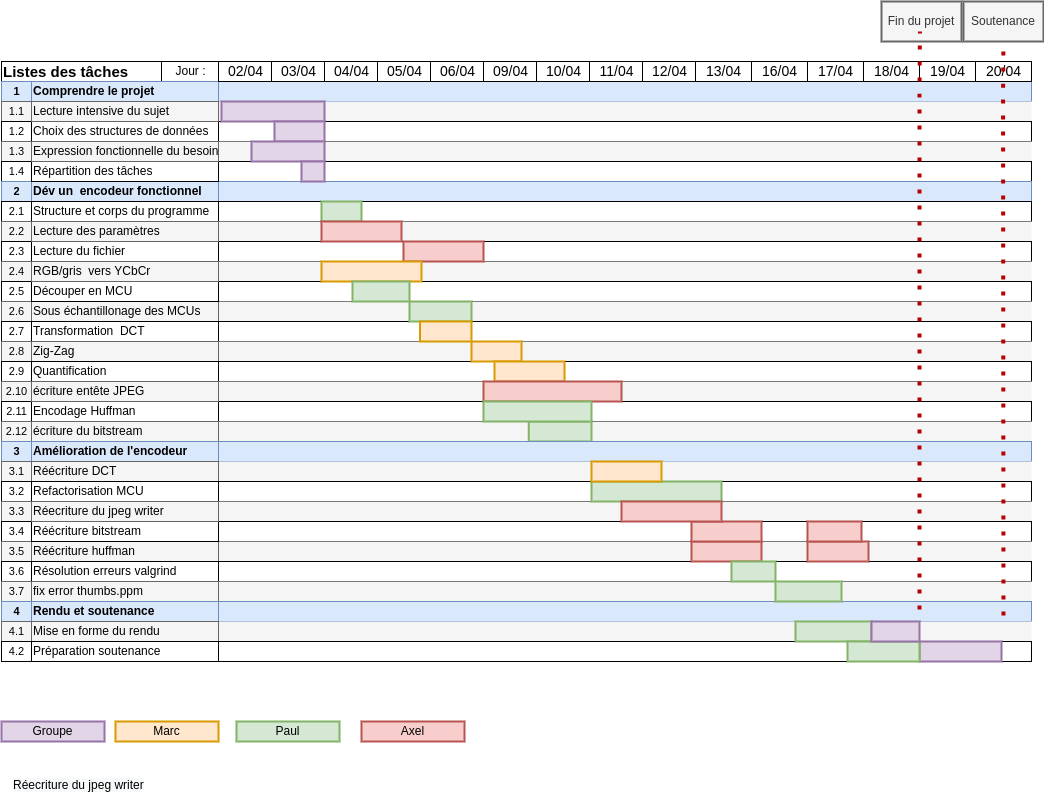
The draw.io diagram docs/Gantt.drawio.png in Paul-vrn/jpeg-encoder, before a commit. Source tidied: cells renumbered, new cells last; positions are measured from the earlier drawing's top-left corner, leaving out a move shared by most shapes.
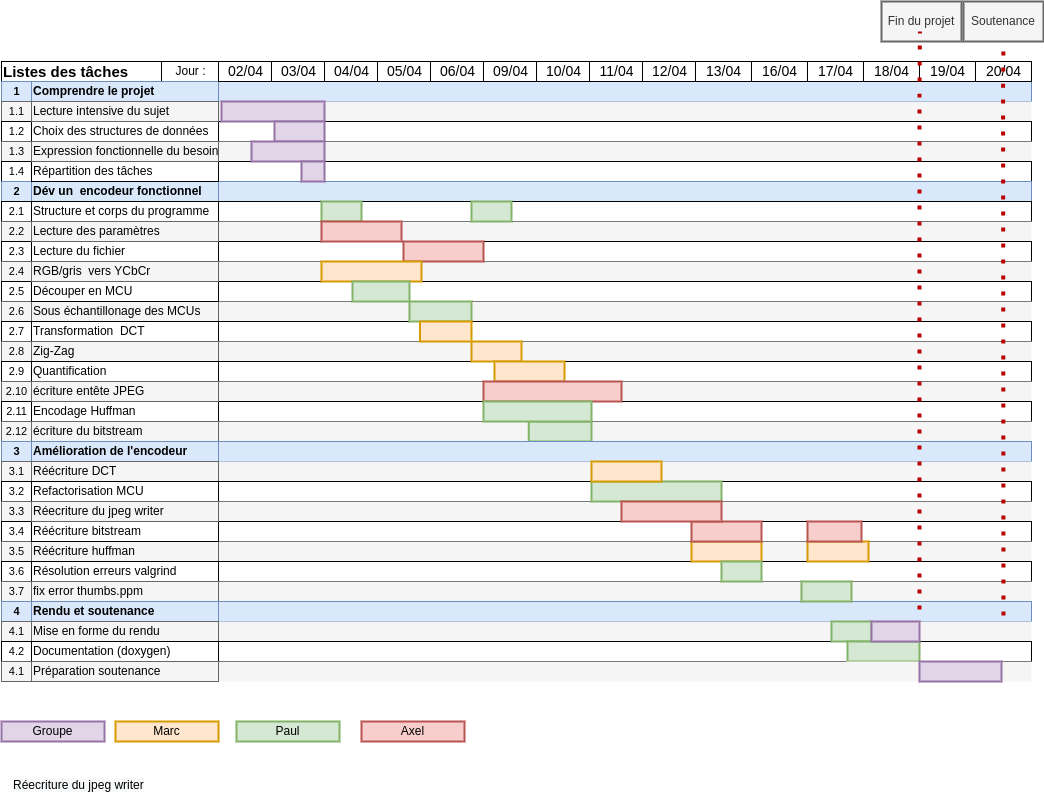
Later version of the same file.

What changed in the source:
```diff
@@ -378,7 +378,7 @@
     <mxCell id="124" value="Fin du projet" style="rounded=0;whiteSpace=wrap;html=1;strokeWidth=2;fillColor=#f5f5f5;fontColor=#333333;strokeColor=#666666;" parent="1" vertex="1">
       <mxGeometry x="880" width="80" height="40" as="geometry" />
     </mxCell>
-    <mxCell id="125" style="rounded=0;whiteSpace=wrap;html=1;fillColor=#f8cecc;strokeColor=#b85450;strokeWidth=2;" parent="1" vertex="1">
+    <mxCell id="125" style="rounded=0;whiteSpace=wrap;html=1;fillColor=#ffe6cc;strokeColor=#d79b00;strokeWidth=2;" parent="1" vertex="1">
       <mxGeometry x="690" y="540" width="70" height="20" as="geometry" />
     </mxCell>
     <mxCell id="126" style="rounded=0;whiteSpace=wrap;html=1;fillColor=#f8cecc;strokeColor=#b85450;strokeWidth=2;" parent="1" vertex="1">
@@ -391,10 +391,10 @@
       <mxGeometry x="620" y="500" width="100" height="20" as="geometry" />
     </mxCell>
     <mxCell id="129" style="rounded=0;whiteSpace=wrap;html=1;fillColor=#d5e8d4;strokeColor=#82b366;strokeWidth=2;" parent="1" vertex="1">
-      <mxGeometry x="730" y="560" width="44" height="20" as="geometry" />
+      <mxGeometry x="720" y="560" width="40" height="20" as="geometry" />
     </mxCell>
     <mxCell id="130" style="rounded=0;whiteSpace=wrap;html=1;fillColor=#d5e8d4;strokeColor=#82b366;strokeWidth=2;" parent="1" vertex="1">
-      <mxGeometry x="774" y="580" width="66" height="20" as="geometry" />
+      <mxGeometry x="800" y="580" width="50" height="20" as="geometry" />
     </mxCell>
     <mxCell id="131" style="endArrow=none;dashed=1;html=1;dashPattern=1 3;strokeWidth=4;fontSize=12;fillColor=#f8cecc;strokeColor=#B80000;" parent="1" edge="1">
       <mxGeometry relative="1" as="geometry">
@@ -406,7 +406,7 @@
         </Array>
       </mxGeometry>
     </mxCell>
-    <mxCell id="132" style="rounded=0;whiteSpace=wrap;html=1;fillColor=#f8cecc;strokeColor=#b85450;strokeWidth=2;" parent="1" vertex="1">
+    <mxCell id="132" style="rounded=0;whiteSpace=wrap;html=1;fillColor=#ffe6cc;strokeColor=#d79b00;strokeWidth=2;" parent="1" vertex="1">
       <mxGeometry x="806" y="540" width="61" height="20" as="geometry" />
     </mxCell>
     <mxCell id="133" style="rounded=0;whiteSpace=wrap;html=1;fillColor=#f8cecc;strokeColor=#b85450;strokeWidth=2;" parent="1" vertex="1">
@@ -427,14 +427,11 @@
     <mxCell id="138" value="Mise en forme du rendu" style="align=left;html=1;strokeColor=#666666;perimeterSpacing=0;fillColor=#f5f5f5;" parent="1" vertex="1">
       <mxGeometry x="30" y="620" width="187" height="20" as="geometry" />
     </mxCell>
-    <mxCell id="139" value="Préparation soutenance" style="align=left;html=1;perimeterSpacing=0;" parent="1" vertex="1">
+    <mxCell id="139" value="Documentation (doxygen)" style="align=left;html=1;perimeterSpacing=0;" parent="1" vertex="1">
       <mxGeometry x="30" y="640" width="187" height="20" as="geometry" />
     </mxCell>
-    <mxCell id="140" style="rounded=0;whiteSpace=wrap;html=1;fillColor=#e1d5e7;strokeColor=#9673a6;strokeWidth=2;" parent="1" vertex="1">
-      <mxGeometry x="918" y="640" width="82" height="20" as="geometry" />
-    </mxCell>
     <mxCell id="141" style="rounded=0;whiteSpace=wrap;html=1;fillColor=#d5e8d4;strokeColor=#82b366;strokeWidth=2;" parent="1" vertex="1">
-      <mxGeometry x="794" y="620" width="76" height="20" as="geometry" />
+      <mxGeometry x="830" y="620" width="40" height="20" as="geometry" />
     </mxCell>
     <mxCell id="142" style="rounded=0;whiteSpace=wrap;html=1;fillColor=#d5e8d4;strokeColor=#82b366;strokeWidth=2;" parent="1" vertex="1">
       <mxGeometry x="846" y="640" width="72" height="20" as="geometry" />
@@ -445,5 +442,20 @@
     <mxCell id="144" value="&lt;span style=&quot;color: rgb(0, 0, 0); font-family: helvetica; font-size: 12px; font-style: normal; font-weight: 400; letter-spacing: normal; text-align: left; text-indent: 0px; text-transform: none; word-spacing: 0px; background-color: rgb(248, 249, 250); display: inline; float: none;&quot;&gt;Réecriture du jpeg writer&lt;/span&gt;" style="text;whiteSpace=wrap;html=1;" parent="1" vertex="1">
       <mxGeometry x="10" y="770" width="160" height="30" as="geometry" />
     </mxCell>
+    <mxCell id="145" value="4.1" style="strokeWidth=1;fontStyle=0;html=1;verticalAlign=middle;align=center;strokeColor=#666666;fontColor=#000000;fillColor=#f5f5f5;fontSize=11;fontFamily=Helvetica;" parent="1" vertex="1">
+      <mxGeometry y="660" width="30" height="20" as="geometry" />
+    </mxCell>
+    <mxCell id="146" style="align=left;html=1;fillColor=#f5f5f5;fontColor=#333333;strokeColor=none;" parent="1" vertex="1">
+      <mxGeometry x="217" y="660" width="813" height="20" as="geometry" />
+    </mxCell>
+    <mxCell id="147" value="Préparation soutenance" style="align=left;html=1;strokeColor=#666666;perimeterSpacing=0;fillColor=#f5f5f5;" parent="1" vertex="1">
+      <mxGeometry x="30" y="660" width="187" height="20" as="geometry" />
+    </mxCell>
+    <mxCell id="140" style="rounded=0;whiteSpace=wrap;html=1;fillColor=#e1d5e7;strokeColor=#9673a6;strokeWidth=2;" parent="1" vertex="1">
+      <mxGeometry x="918" y="660" width="82" height="20" as="geometry" />
+    </mxCell>
+    <mxCell id="148" style="rounded=0;whiteSpace=wrap;html=1;fillColor=#d5e8d4;strokeColor=#82b366;strokeWidth=2;" parent="1" vertex="1">
+      <mxGeometry x="470" y="200" width="40" height="20" as="geometry" />
+    </mxCell>
   </root>
 </mxGraphModel>
```
